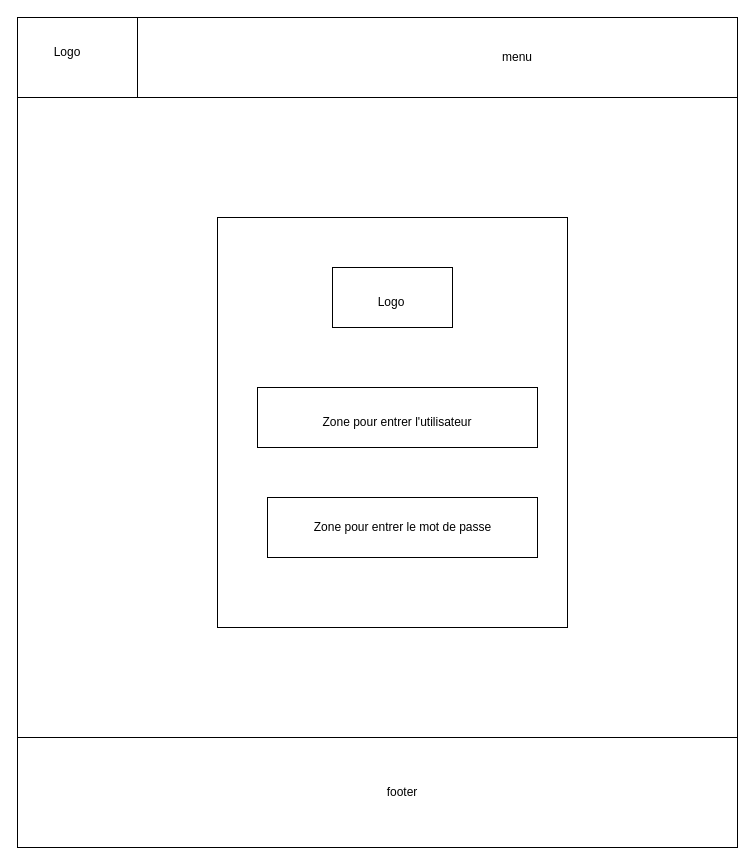
Before: documentation/conception/zoning/Login Zoning.drawio in NicolasGlassey/ProjWebLunar, a draw.io diagram. Source tidied: cells renumbered, new cells numbered last; positions are measured from the earlier drawing's top-left corner, leaving out a move shared by most shapes. Both pictures are drawn from the tidied source at 100%, with x=0, y=0 at pixel (17, 17).
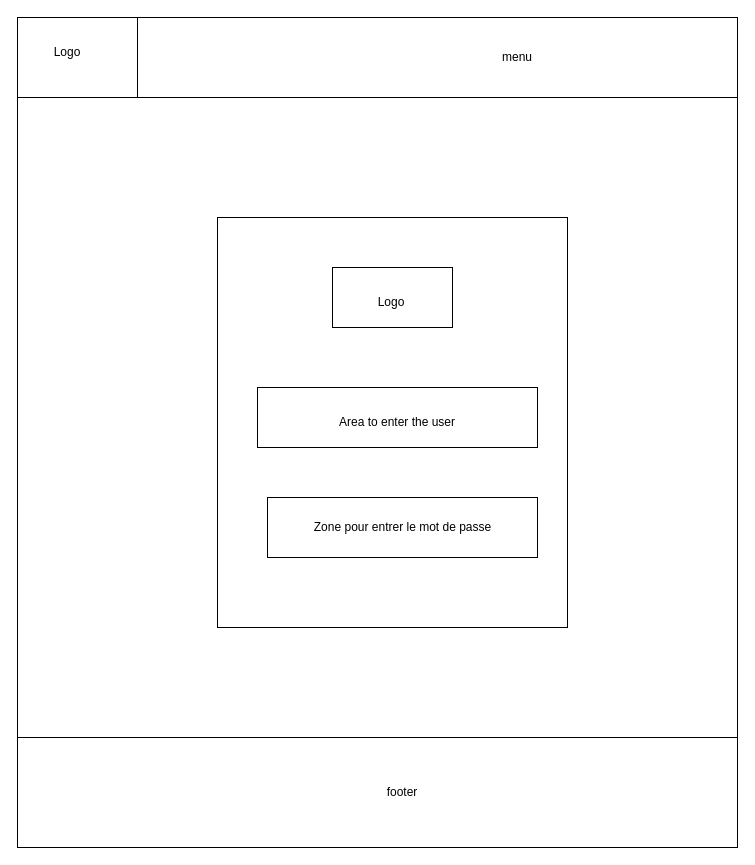
After the change.

Change to the diagram source:
```diff
@@
 <mxGraphModel>
   <root>
     <mxCell id="0" />
     <mxCell id="1" parent="0" />
     <mxCell id="2" style="rounded=0;whiteSpace=wrap;html=1;" parent="1" vertex="1">
       <mxGeometry width="720" height="830" as="geometry" />
     </mxCell>
     <mxCell id="3" style="rounded=0;whiteSpace=wrap;html=1;" parent="1" vertex="1">
       <mxGeometry width="720" height="80" as="geometry" />
     </mxCell>
     <mxCell id="4" style="rounded=0;whiteSpace=wrap;html=1;" parent="1" vertex="1">
       <mxGeometry width="120" height="80" as="geometry" />
     </mxCell>
     <mxCell id="5" style="rounded=0;whiteSpace=wrap;html=1;" parent="1" vertex="1">
       <mxGeometry x="120" width="600" height="80" as="geometry" />
     </mxCell>
     <mxCell id="6" style="rounded=0;whiteSpace=wrap;html=1;" parent="1" vertex="1">
       <mxGeometry y="80" width="720" height="640" as="geometry" />
     </mxCell>
     <mxCell id="7" style="rounded=0;whiteSpace=wrap;html=1;" parent="1" vertex="1">
       <mxGeometry y="720" width="720" height="110" as="geometry" />
     </mxCell>
     <mxCell id="8" value="Logo" style="text;html=1;strokeColor=none;fillColor=none;align=center;verticalAlign=middle;whiteSpace=wrap;rounded=0;" parent="1" vertex="1">
       <mxGeometry x="20" y="20" width="60" height="30" as="geometry" />
     </mxCell>
     <mxCell id="9" value="menu" style="text;html=1;strokeColor=none;fillColor=none;align=center;verticalAlign=middle;whiteSpace=wrap;rounded=0;" parent="1" vertex="1">
       <mxGeometry x="470" y="25" width="60" height="30" as="geometry" />
     </mxCell>
     <mxCell id="10" value="footer" style="text;html=1;strokeColor=none;fillColor=none;align=center;verticalAlign=middle;whiteSpace=wrap;rounded=0;" parent="1" vertex="1">
       <mxGeometry x="355" y="760" width="60" height="30" as="geometry" />
     </mxCell>
     <mxCell id="11" style="rounded=0;whiteSpace=wrap;html=1;" parent="1" vertex="1">
       <mxGeometry x="200" y="200" width="350" height="410" as="geometry" />
     </mxCell>
     <mxCell id="12" style="rounded=0;whiteSpace=wrap;html=1;" parent="1" vertex="1">
       <mxGeometry x="240" y="370" width="280" height="60" as="geometry" />
     </mxCell>
     <mxCell id="13" style="rounded=0;whiteSpace=wrap;html=1;" parent="1" vertex="1">
       <mxGeometry x="250" y="480" width="270" height="60" as="geometry" />
     </mxCell>
     <mxCell id="14" style="rounded=0;whiteSpace=wrap;html=1;" parent="1" vertex="1">
       <mxGeometry x="315" y="250" width="120" height="60" as="geometry" />
     </mxCell>
     <mxCell id="15" value="Logo" style="text;html=1;strokeColor=none;fillColor=none;align=center;verticalAlign=middle;whiteSpace=wrap;rounded=0;" parent="1" vertex="1">
       <mxGeometry x="344" y="270" width="60" height="30" as="geometry" />
     </mxCell>
-    <mxCell id="16" value="Zone pour entrer l'utilisateur" style="text;html=1;strokeColor=none;fillColor=none;align=center;verticalAlign=middle;whiteSpace=wrap;rounded=0;" parent="1" vertex="1">
+    <mxCell id="16" value="Area to enter the user" style="text;html=1;strokeColor=none;fillColor=none;align=center;verticalAlign=middle;whiteSpace=wrap;rounded=0;" parent="1" vertex="1">
       <mxGeometry x="245" y="390" width="270" height="30" as="geometry" />
     </mxCell>
     <mxCell id="17" value="Zone pour entrer le mot de passe" style="text;html=1;strokeColor=none;fillColor=none;align=center;verticalAlign=middle;whiteSpace=wrap;rounded=0;" parent="1" vertex="1">
       <mxGeometry x="284.5" y="495" width="201" height="30" as="geometry" />
     </mxCell>
   </root>
 </mxGraphModel>
```
